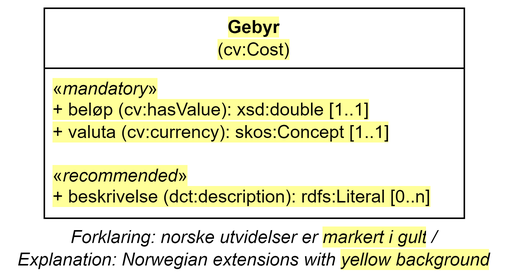
This is docs/images/Klassen-Gebyr.png from Informasjonsforvaltning/dcat-ap-no, a draw.io export, as it was before one commit. Source tidied: cells renumbered, new cells last; positions are measured from the earlier drawing's top-left corner, leaving out a move shared by most shapes. The source it was exported from:
```xml
<mxGraphModel>
  <root>
    <mxCell id="0" />
    <mxCell id="1" parent="0" />
    <mxCell id="2" value="&lt;span style=&quot;background-color: rgb(255, 255, 153);&quot;&gt;&lt;b style=&quot;border-color: var(--border-color);&quot;&gt;Gebyr&lt;/b&gt;&lt;br style=&quot;border-color: var(--border-color);&quot;&gt;(cv:Cost)&lt;/span&gt;" style="swimlane;fontStyle=0;horizontal=1;startSize=40;fillColor=none;whiteSpace=wrap;html=1;" parent="1" vertex="1">
      <mxGeometry x="25" width="280" height="140" as="geometry" />
    </mxCell>
    <mxCell id="3" value="&lt;span style=&quot;background-color: rgb(255, 255, 153);&quot;&gt;«&lt;i&gt;mandatory&lt;/i&gt;»&lt;/span&gt;&lt;div&gt;&lt;span style=&quot;background-color: rgb(255, 255, 153);&quot;&gt;+&amp;nbsp;beløp (cv:hasValue): xsd:double&amp;nbsp;[1..1]&lt;/span&gt;&lt;span style=&quot;background-color: rgb(255, 255, 153);&quot;&gt;&lt;br&gt;&lt;/span&gt;&lt;/div&gt;&lt;div&gt;&lt;span style=&quot;background-color: rgb(255, 255, 153);&quot;&gt;+&amp;nbsp;valuta (cv:currency): skos:Concept&amp;nbsp;[1..1]&lt;/span&gt;&lt;span style=&quot;background-color: rgb(255, 255, 153);&quot;&gt;&lt;br&gt;&lt;/span&gt;&lt;/div&gt;&lt;div&gt;&lt;span style=&quot;background-color: rgb(255, 255, 153);&quot;&gt;&lt;br&gt;&lt;/span&gt;&lt;/div&gt;&lt;div&gt;&lt;span style=&quot;background-color: rgb(255, 255, 153);&quot;&gt;«&lt;i style=&quot;&quot;&gt;recommended&lt;/i&gt;»&lt;/span&gt;&lt;div&gt;&lt;span style=&quot;background-color: rgb(255, 255, 153);&quot;&gt;+&amp;nbsp;beskrivelse (dct:description): rdfs:Literal [0..n]&lt;/span&gt;&lt;/div&gt;&lt;/div&gt;" style="text;strokeColor=none;fillColor=none;align=left;verticalAlign=top;spacingLeft=4;spacingRight=4;overflow=hidden;whiteSpace=wrap;html=1;" parent="2" vertex="1">
      <mxGeometry y="40" width="280" height="100" as="geometry" />
    </mxCell>
    <mxCell id="4" value="Forklaring: norske utvidelser er&amp;nbsp;&lt;span style=&quot;background-color: rgb(255, 255, 153);&quot;&gt;markert i gult&lt;/span&gt;&lt;span style=&quot;background-color: rgb(255 , 255 , 255)&quot;&gt;&amp;nbsp;/ &lt;br&gt;&lt;/span&gt;Explanation:&amp;nbsp;&lt;span style=&quot;background-color: rgb(255 , 255 , 255)&quot;&gt;Norwegian extensions with &lt;/span&gt;&lt;span style=&quot;background-color: rgb(255, 255, 153);&quot;&gt;yellow background&lt;/span&gt;" style="text;html=1;strokeColor=none;fillColor=none;align=center;verticalAlign=middle;whiteSpace=wrap;rounded=0;fontStyle=2;" parent="1" vertex="1">
      <mxGeometry x="0.1" y="150" width="330" height="20" as="geometry" />
    </mxCell>
  </root>
</mxGraphModel>
```
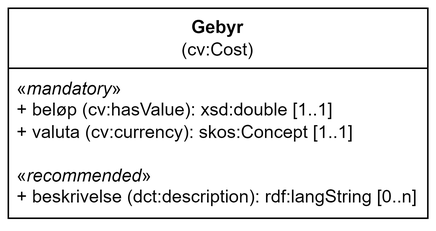
Above is the later version.

The edit, as a diff of the source:
```diff
@@ -2,14 +2,11 @@
   <root>
     <mxCell id="0" />
     <mxCell id="1" parent="0" />
-    <mxCell id="2" value="&lt;span style=&quot;background-color: rgb(255, 255, 153);&quot;&gt;&lt;b style=&quot;border-color: var(--border-color);&quot;&gt;Gebyr&lt;/b&gt;&lt;br style=&quot;border-color: var(--border-color);&quot;&gt;(cv:Cost)&lt;/span&gt;" style="swimlane;fontStyle=0;horizontal=1;startSize=40;fillColor=none;whiteSpace=wrap;html=1;" parent="1" vertex="1">
+    <mxCell id="2" value="&lt;b style=&quot;border-color: var(--border-color);&quot;&gt;Gebyr&lt;/b&gt;&lt;br style=&quot;border-color: var(--border-color);&quot;&gt;(cv:Cost)" style="swimlane;fontStyle=0;horizontal=1;startSize=40;fillColor=none;whiteSpace=wrap;html=1;" parent="1" vertex="1">
       <mxGeometry x="25" width="280" height="140" as="geometry" />
     </mxCell>
-    <mxCell id="3" value="&lt;span style=&quot;background-color: rgb(255, 255, 153);&quot;&gt;«&lt;i&gt;mandatory&lt;/i&gt;»&lt;/span&gt;&lt;div&gt;&lt;span style=&quot;background-color: rgb(255, 255, 153);&quot;&gt;+&amp;nbsp;beløp (cv:hasValue): xsd:double&amp;nbsp;[1..1]&lt;/span&gt;&lt;span style=&quot;background-color: rgb(255, 255, 153);&quot;&gt;&lt;br&gt;&lt;/span&gt;&lt;/div&gt;&lt;div&gt;&lt;span style=&quot;background-color: rgb(255, 255, 153);&quot;&gt;+&amp;nbsp;valuta (cv:currency): skos:Concept&amp;nbsp;[1..1]&lt;/span&gt;&lt;span style=&quot;background-color: rgb(255, 255, 153);&quot;&gt;&lt;br&gt;&lt;/span&gt;&lt;/div&gt;&lt;div&gt;&lt;span style=&quot;background-color: rgb(255, 255, 153);&quot;&gt;&lt;br&gt;&lt;/span&gt;&lt;/div&gt;&lt;div&gt;&lt;span style=&quot;background-color: rgb(255, 255, 153);&quot;&gt;«&lt;i style=&quot;&quot;&gt;recommended&lt;/i&gt;»&lt;/span&gt;&lt;div&gt;&lt;span style=&quot;background-color: rgb(255, 255, 153);&quot;&gt;+&amp;nbsp;beskrivelse (dct:description): rdfs:Literal [0..n]&lt;/span&gt;&lt;/div&gt;&lt;/div&gt;" style="text;strokeColor=none;fillColor=none;align=left;verticalAlign=top;spacingLeft=4;spacingRight=4;overflow=hidden;whiteSpace=wrap;html=1;" parent="2" vertex="1">
+    <mxCell id="3" value="«&lt;i style=&quot;&quot;&gt;mandatory&lt;/i&gt;»&lt;div&gt;+&amp;nbsp;beløp (cv:hasValue): xsd:double&amp;nbsp;[1..1]&lt;br&gt;&lt;/div&gt;&lt;div&gt;+&amp;nbsp;valuta (cv:currency): skos:Concept&amp;nbsp;[1..1]&lt;br&gt;&lt;/div&gt;&lt;div&gt;&lt;br&gt;&lt;/div&gt;&lt;div&gt;«&lt;i style=&quot;&quot;&gt;recommended&lt;/i&gt;»&lt;div&gt;+&amp;nbsp;beskrivelse (dct:description): rdf:langString [0..n]&lt;/div&gt;&lt;/div&gt;" style="text;strokeColor=none;fillColor=none;align=left;verticalAlign=top;spacingLeft=4;spacingRight=4;overflow=hidden;whiteSpace=wrap;html=1;" parent="2" vertex="1">
       <mxGeometry y="40" width="280" height="100" as="geometry" />
     </mxCell>
-    <mxCell id="4" value="Forklaring: norske utvidelser er&amp;nbsp;&lt;span style=&quot;background-color: rgb(255, 255, 153);&quot;&gt;markert i gult&lt;/span&gt;&lt;span style=&quot;background-color: rgb(255 , 255 , 255)&quot;&gt;&amp;nbsp;/ &lt;br&gt;&lt;/span&gt;Explanation:&amp;nbsp;&lt;span style=&quot;background-color: rgb(255 , 255 , 255)&quot;&gt;Norwegian extensions with &lt;/span&gt;&lt;span style=&quot;background-color: rgb(255, 255, 153);&quot;&gt;yellow background&lt;/span&gt;" style="text;html=1;strokeColor=none;fillColor=none;align=center;verticalAlign=middle;whiteSpace=wrap;rounded=0;fontStyle=2;" parent="1" vertex="1">
-      <mxGeometry x="0.1" y="150" width="330" height="20" as="geometry" />
-    </mxCell>
   </root>
 </mxGraphModel>
```
